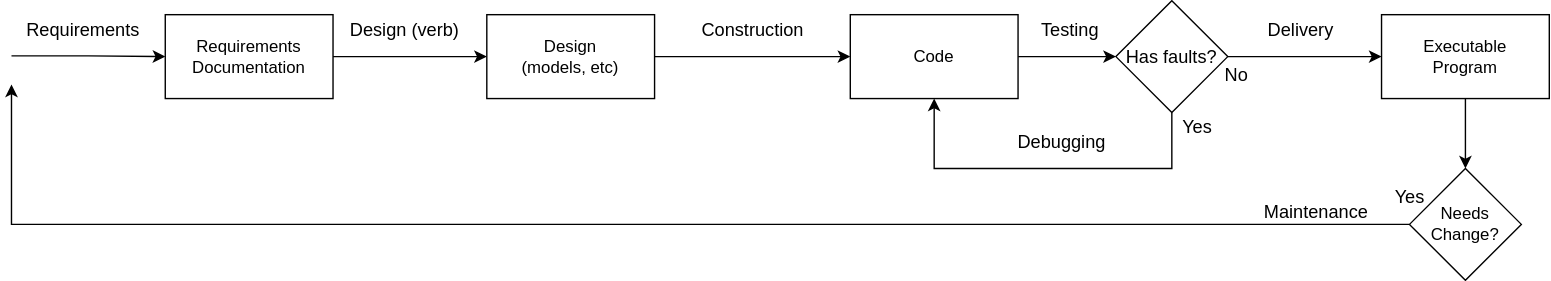
The draw.io diagram post-media/SWEBOK-transform/transform-pipe.drawio.svg in farlee2121/DevEssentialsBlog, before a commit. Source tidied: cells renumbered, new cells last; positions are measured from the earlier drawing's top-left corner, leaving out a move shared by most shapes.
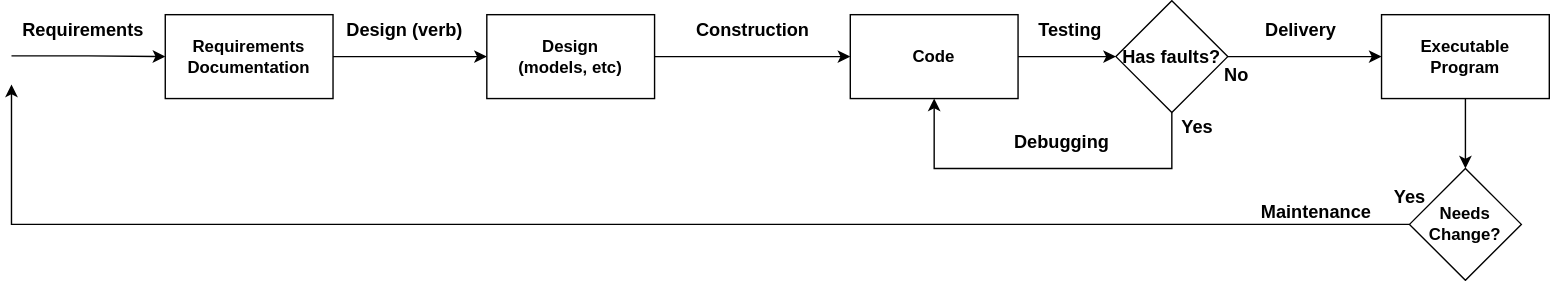
After the change.

What changed in the source:
```diff
@@ -5,23 +5,23 @@
     <mxCell id="2" style="edgeStyle=orthogonalEdgeStyle;rounded=0;jettySize=auto;html=1;" parent="1" edge="1" source="4" target="7">
       <mxGeometry relative="1" as="geometry" />
     </mxCell>
-    <mxCell id="3" value="Design (verb)" style="edgeLabel;html=1;align=center;verticalAlign=middle;fontSize=13;" parent="2" vertex="1">
+    <mxCell id="3" value="Design (verb)" style="edgeLabel;html=1;align=center;verticalAlign=middle;fontSize=13;fontStyle=1;" parent="2" vertex="1">
       <mxGeometry x="-0.24" y="1" relative="1" as="geometry">
         <mxPoint x="8" y="-19" as="offset" />
       </mxGeometry>
     </mxCell>
-    <mxCell id="4" value="Requirements&lt;br&gt;Documentation" style="whiteSpace=wrap;html=1;" parent="1" vertex="1">
+    <mxCell id="4" value="Requirements&lt;br&gt;Documentation" style="whiteSpace=wrap;html=1;fontStyle=1;" parent="1" vertex="1">
       <mxGeometry x="110" y="10" width="120" height="60" as="geometry" />
     </mxCell>
     <mxCell id="5" style="edgeStyle=orthogonalEdgeStyle;rounded=0;jettySize=auto;html=1;fontSize=13;" parent="1" edge="1" source="7" target="12">
       <mxGeometry relative="1" as="geometry" />
     </mxCell>
-    <mxCell id="6" value="Construction" style="edgeLabel;html=1;align=center;verticalAlign=middle;fontSize=13;" parent="5" vertex="1">
+    <mxCell id="6" value="Construction" style="edgeLabel;html=1;align=center;verticalAlign=middle;fontSize=13;fontStyle=1;" parent="5" vertex="1">
       <mxGeometry x="-0.17" y="-2" relative="1" as="geometry">
         <mxPoint x="11" y="-22" as="offset" />
       </mxGeometry>
     </mxCell>
-    <mxCell id="7" value="Design&amp;nbsp;&lt;br&gt;(models, etc)" style="whiteSpace=wrap;html=1;" parent="1" vertex="1">
+    <mxCell id="7" value="&lt;span&gt;Design&amp;nbsp;&lt;br&gt;(models, etc)&lt;/span&gt;" style="whiteSpace=wrap;html=1;fontStyle=1;" parent="1" vertex="1">
       <mxGeometry x="340" y="10" width="120" height="60" as="geometry" />
     </mxCell>
     <mxCell id="8" style="edgeStyle=orthogonalEdgeStyle;rounded=0;jettySize=auto;html=1;entryX=0;entryY=0.5;entryDx=0;entryDy=0;" parent="1" edge="1" target="4">
@@ -29,7 +29,7 @@
         <mxPoint y="39.5" as="sourcePoint" />
       </mxGeometry>
     </mxCell>
-    <mxCell id="9" value="Requirements" style="edgeLabel;html=1;align=center;verticalAlign=middle;fontSize=13;" parent="8" vertex="1">
+    <mxCell id="9" value="Requirements" style="edgeLabel;html=1;align=center;verticalAlign=middle;fontSize=13;fontStyle=1;" parent="8" vertex="1">
       <mxGeometry x="-0.33" y="3" relative="1" as="geometry">
         <mxPoint x="13" y="-16" as="offset" />
       </mxGeometry>
@@ -37,12 +37,12 @@
     <mxCell id="10" style="edgeStyle=orthogonalEdgeStyle;rounded=0;jettySize=auto;html=1;fontSize=13;entryX=0;entryY=0.5;entryDx=0;entryDy=0;" parent="1" edge="1" source="12" target="15">
       <mxGeometry relative="1" as="geometry" />
     </mxCell>
-    <mxCell id="11" value="Testing" style="edgeLabel;html=1;align=center;verticalAlign=middle;fontSize=13;" parent="10" vertex="1">
+    <mxCell id="11" value="Testing" style="edgeLabel;html=1;align=center;verticalAlign=middle;fontSize=13;fontStyle=1;" parent="10" vertex="1">
       <mxGeometry x="-0.25" y="-1" relative="1" as="geometry">
         <mxPoint x="10" y="-21" as="offset" />
       </mxGeometry>
     </mxCell>
-    <mxCell id="12" value="Code" style="whiteSpace=wrap;html=1;" parent="1" vertex="1">
+    <mxCell id="12" value="Code" style="whiteSpace=wrap;html=1;fontStyle=1;" parent="1" vertex="1">
       <mxGeometry x="600" y="10" width="120" height="60" as="geometry" />
     </mxCell>
     <mxCell id="13" style="edgeStyle=orthogonalEdgeStyle;rounded=0;jettySize=auto;html=1;fontSize=13;exitX=1;exitY=0.5;exitDx=0;exitDy=0;entryX=0;entryY=0.5;entryDx=0;entryDy=0;" parent="1" edge="1" source="15" target="21">
@@ -52,12 +52,12 @@
         </Array>
       </mxGeometry>
     </mxCell>
-    <mxCell id="14" value="Delivery" style="edgeLabel;html=1;align=center;verticalAlign=middle;fontSize=13;" parent="13" vertex="1">
+    <mxCell id="14" value="Delivery" style="edgeLabel;html=1;align=center;verticalAlign=middle;fontSize=13;fontStyle=1;" parent="13" vertex="1">
       <mxGeometry x="-0.25" y="-1" relative="1" as="geometry">
         <mxPoint x="10" y="-21" as="offset" />
       </mxGeometry>
     </mxCell>
-    <mxCell id="15" value="Has faults?" style="rhombus;whiteSpace=wrap;html=1;fontSize=13;" parent="1" vertex="1">
+    <mxCell id="15" value="Has faults?" style="rhombus;whiteSpace=wrap;html=1;fontSize=13;fontStyle=1;" parent="1" vertex="1">
       <mxGeometry x="790" width="80" height="80" as="geometry" />
     </mxCell>
     <mxCell id="16" style="edgeStyle=orthogonalEdgeStyle;rounded=0;jettySize=auto;html=1;fontSize=13;exitX=0.5;exitY=1;exitDx=0;exitDy=0;entryX=0.5;entryY=1;entryDx=0;entryDy=0;" parent="1" edge="1" source="15" target="12">
@@ -68,21 +68,21 @@
         </Array>
       </mxGeometry>
     </mxCell>
-    <mxCell id="17" value="Debugging" style="edgeLabel;html=1;align=center;verticalAlign=middle;fontSize=13;" parent="16" vertex="1">
+    <mxCell id="17" value="Debugging" style="edgeLabel;html=1;align=center;verticalAlign=middle;fontSize=13;fontStyle=1;" parent="16" vertex="1">
       <mxGeometry x="-0.41" y="-9" relative="1" as="geometry">
         <mxPoint x="-43" y="-11" as="offset" />
       </mxGeometry>
     </mxCell>
-    <mxCell id="18" value="No" style="text;html=1;align=center;verticalAlign=middle;strokeColor=none;fontSize=13;" parent="1" vertex="1">
+    <mxCell id="18" value="No" style="text;html=1;align=center;verticalAlign=middle;strokeColor=none;fontSize=13;fontStyle=1;" parent="1" vertex="1">
       <mxGeometry x="861" y="43" width="30" height="20" as="geometry" />
     </mxCell>
-    <mxCell id="19" value="Yes" style="text;html=1;align=center;verticalAlign=middle;strokeColor=none;fontSize=13;" parent="1" vertex="1">
+    <mxCell id="19" value="Yes" style="text;html=1;align=center;verticalAlign=middle;strokeColor=none;fontSize=13;fontStyle=1;" parent="1" vertex="1">
       <mxGeometry x="828" y="80" width="40" height="20" as="geometry" />
     </mxCell>
     <mxCell id="20" style="edgeStyle=orthogonalEdgeStyle;rounded=0;jettySize=auto;html=1;fontSize=13;" parent="1" edge="1" source="21" target="24">
       <mxGeometry relative="1" as="geometry" />
     </mxCell>
-    <mxCell id="21" value="Executable&lt;br&gt;Program" style="whiteSpace=wrap;html=1;" parent="1" vertex="1">
+    <mxCell id="21" value="Executable&lt;br&gt;Program" style="whiteSpace=wrap;html=1;fontStyle=1;" parent="1" vertex="1">
       <mxGeometry x="980" y="10" width="120" height="60" as="geometry" />
     </mxCell>
     <mxCell id="22" style="edgeStyle=orthogonalEdgeStyle;rounded=0;jettySize=auto;html=1;fontSize=13;" parent="1" edge="1" source="24">
@@ -90,15 +90,15 @@
         <mxPoint y="60" as="targetPoint" />
       </mxGeometry>
     </mxCell>
-    <mxCell id="23" value="Maintenance" style="edgeLabel;html=1;align=center;verticalAlign=middle;fontSize=13;" parent="22" vertex="1">
+    <mxCell id="23" value="Maintenance" style="edgeLabel;html=1;align=center;verticalAlign=middle;fontSize=13;fontStyle=1;" parent="22" vertex="1">
       <mxGeometry x="-0.88" y="-4" relative="1" as="geometry">
         <mxPoint y="-6" as="offset" />
       </mxGeometry>
     </mxCell>
-    <mxCell id="24" value="Needs Change?" style="rhombus;whiteSpace=wrap;html=1;" parent="1" vertex="1">
+    <mxCell id="24" value="Needs Change?" style="rhombus;whiteSpace=wrap;html=1;fontStyle=1;" parent="1" vertex="1">
       <mxGeometry x="1000" y="120" width="80" height="80" as="geometry" />
     </mxCell>
-    <mxCell id="25" value="Yes" style="text;html=1;align=center;verticalAlign=middle;strokeColor=none;fontSize=13;" parent="1" vertex="1">
+    <mxCell id="25" value="Yes" style="text;html=1;align=center;verticalAlign=middle;strokeColor=none;fontSize=13;fontStyle=1;" parent="1" vertex="1">
       <mxGeometry x="980" y="130" width="40" height="20" as="geometry" />
     </mxCell>
   </root>
```
